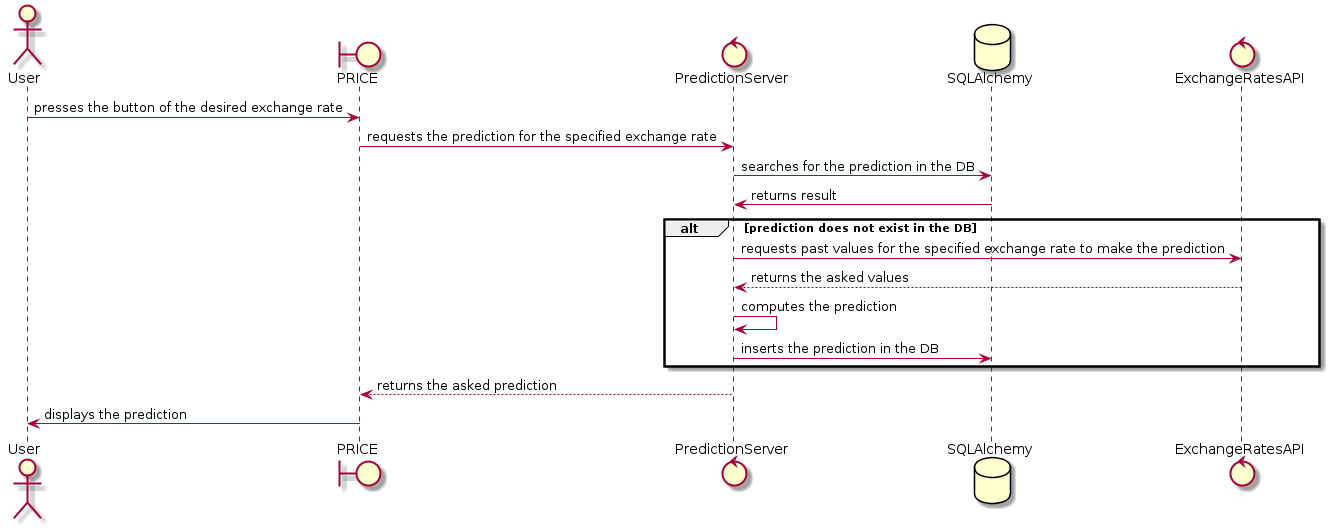
adonisbodea02/BachelorThesis keeps this PlantUML diagram as PredictExchangeRatesSequenceDiagram.png. Above is the earlier version. Its diagram source:
```plantuml
@startuml
actor User
boundary PRICE
control PredictionServer
database SQLAlchemy
control ExchangeRatesAPI
User -> PRICE: presses the button of the desired exchange rate
PRICE -> PredictionServer: requests the prediction for the specified exchange rate
PredictionServer -> SQLAlchemy: searches for the prediction in the DB
SQLAlchemy -> PredictionServer: returns result
alt prediction does not exist in the DB
PredictionServer -> ExchangeRatesAPI: requests past values for the specified exchange rate to make the prediction
ExchangeRatesAPI --> PredictionServer: returns the asked values
PredictionServer -> PredictionServer: computes the prediction
PredictionServer -> SQLAlchemy: inserts the prediction in the DB
end
PredictionServer --> PRICE: returns the asked prediction
PRICE -> User: displays the prediction
@enduml
```
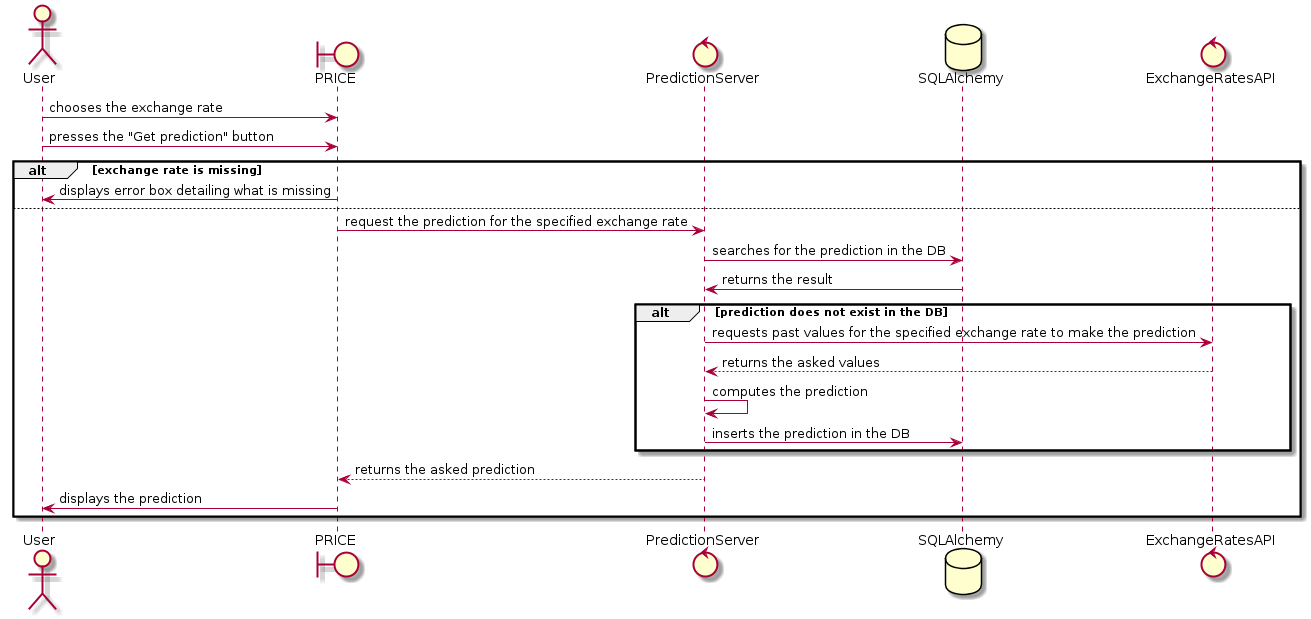
After the change.

The edit, as a diff of the source:
```diff
@@ -4,10 +4,14 @@
 control PredictionServer
 database SQLAlchemy
 control ExchangeRatesAPI
-User -> PRICE: presses the button of the desired exchange rate
-PRICE -> PredictionServer: requests the prediction for the specified exchange rate
+User -> PRICE: chooses the exchange rate
+User -> PRICE: presses the "Get prediction" button
+alt exchange rate is missing
+PRICE -> User: displays error box detailing what is missing
+else
+PRICE -> PredictionServer: request the prediction for the specified exchange rate
 PredictionServer -> SQLAlchemy: searches for the prediction in the DB
-SQLAlchemy -> PredictionServer: returns result
+SQLAlchemy -> PredictionServer: returns the result
 alt prediction does not exist in the DB
 PredictionServer -> ExchangeRatesAPI: requests past values for the specified exchange rate to make the prediction
 ExchangeRatesAPI --> PredictionServer: returns the asked values
@@ -16,4 +20,5 @@
 end
 PredictionServer --> PRICE: returns the asked prediction
 PRICE -> User: displays the prediction
+end
 @enduml
```
